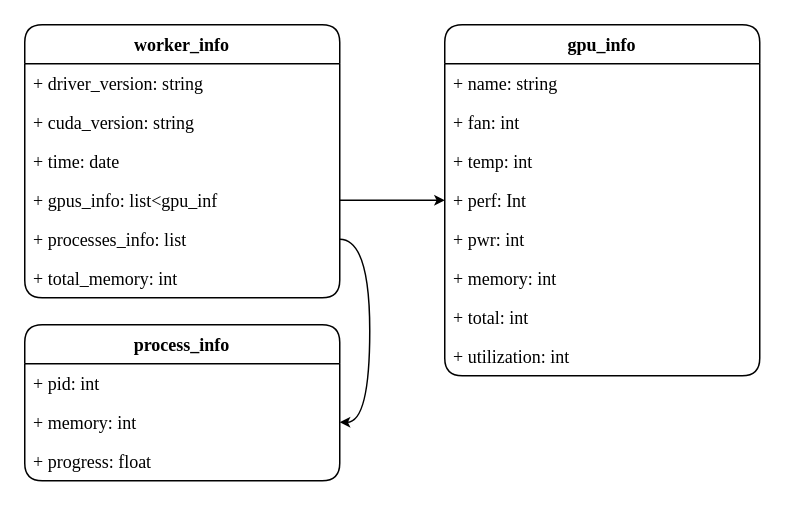
This is page "worker_info 类图" (1 of 3) of db.drawio from foreignbill/drawio, a draw.io file, before an edit. Source tidied: cells renumbered, new cells numbered last; positions are measured from the earlier drawing's top-left corner, leaving out a move shared by most shapes. Both pictures are drawn from the tidied source at 150%, with x=0, y=0 at pixel (24, 24).
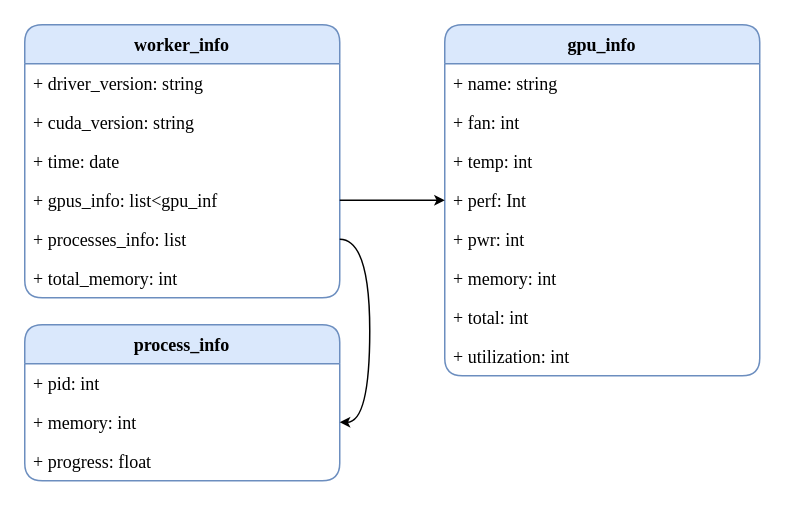
The same diagram, later.

The edit, as a diff of the source:
```diff
@@
-    <mxCell id="2" value="worker_info" style="swimlane;fontStyle=1;horizontal=1;startSize=26;fillColor=none;swimlaneLine=1;strokeColor=default;direction=east;fontFamily=Times New Roman;rounded=1;" parent="1" vertex="1">
+    <mxCell id="2" value="worker_info" style="swimlane;fontStyle=1;horizontal=1;startSize=26;fillColor=#dae8fc;swimlaneLine=1;strokeColor=#6c8ebf;direction=east;fontFamily=Times New Roman;rounded=1;" parent="1" vertex="1">
       <mxGeometry width="210" height="182" as="geometry" />
     </mxCell>
@@
-    <mxCell id="9" value="gpu_info" style="swimlane;fontStyle=1;horizontal=1;startSize=26;fillColor=none;strokeColor=default;fontFamily=Times New Roman;rounded=1;" parent="1" vertex="1">
+    <mxCell id="9" value="gpu_info" style="swimlane;fontStyle=1;horizontal=1;startSize=26;fillColor=#dae8fc;strokeColor=#6c8ebf;fontFamily=Times New Roman;rounded=1;" parent="1" vertex="1">
       <mxGeometry x="280" width="210" height="234" as="geometry" />
     </mxCell>
@@
-    <mxCell id="18" value="process_info" style="swimlane;fontStyle=1;horizontal=1;startSize=26;fillColor=none;strokeColor=default;fontFamily=Times New Roman;rounded=1;" parent="1" vertex="1">
+    <mxCell id="18" value="process_info" style="swimlane;fontStyle=1;horizontal=1;startSize=26;fillColor=#dae8fc;strokeColor=#6c8ebf;fontFamily=Times New Roman;rounded=1;" parent="1" vertex="1">
       <mxGeometry y="200" width="210" height="104" as="geometry" />
     </mxCell>
```
